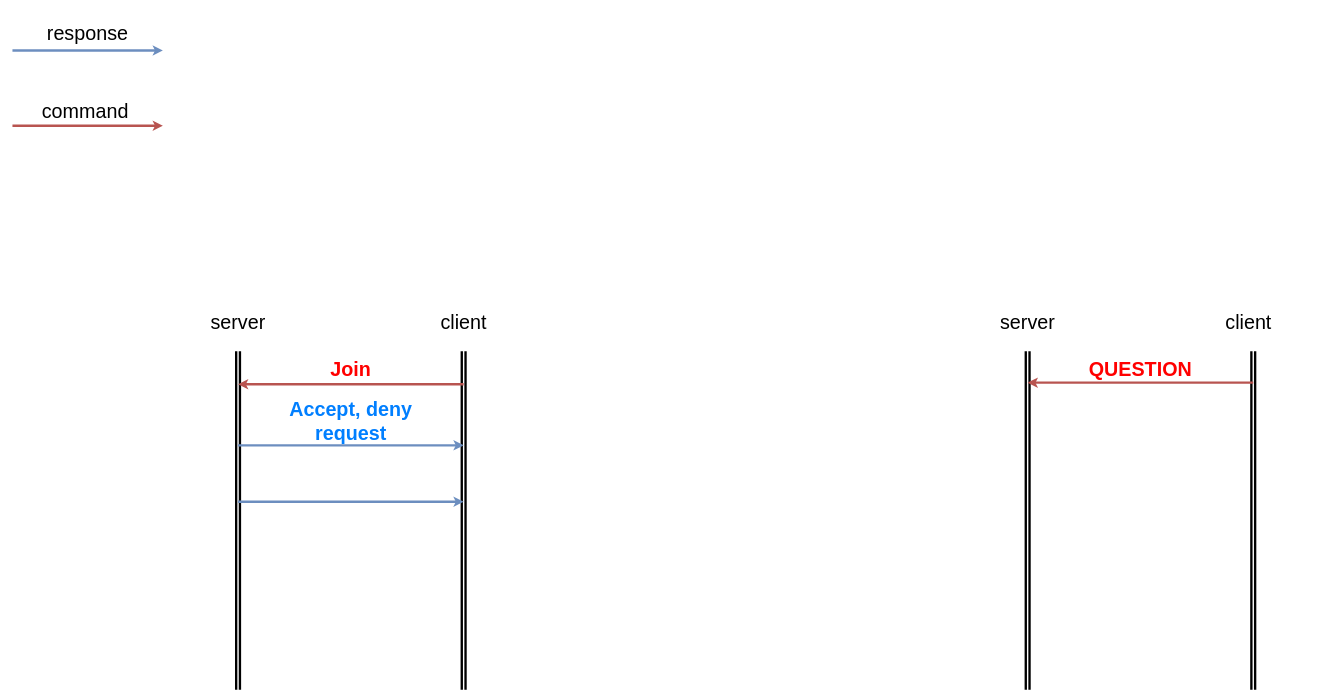
UnixxSH/networked_quiz keeps this draw.io diagram as docs/dgram_protocol.drawio. Above is the earlier version. Source tidied: cells renumbered, new cells numbered last; positions are measured from the earlier drawing's top-left corner, leaving out a move shared by most shapes. Both pictures are drawn from the tidied source at 47%, with x=0, y=0 at pixel (12, 8).
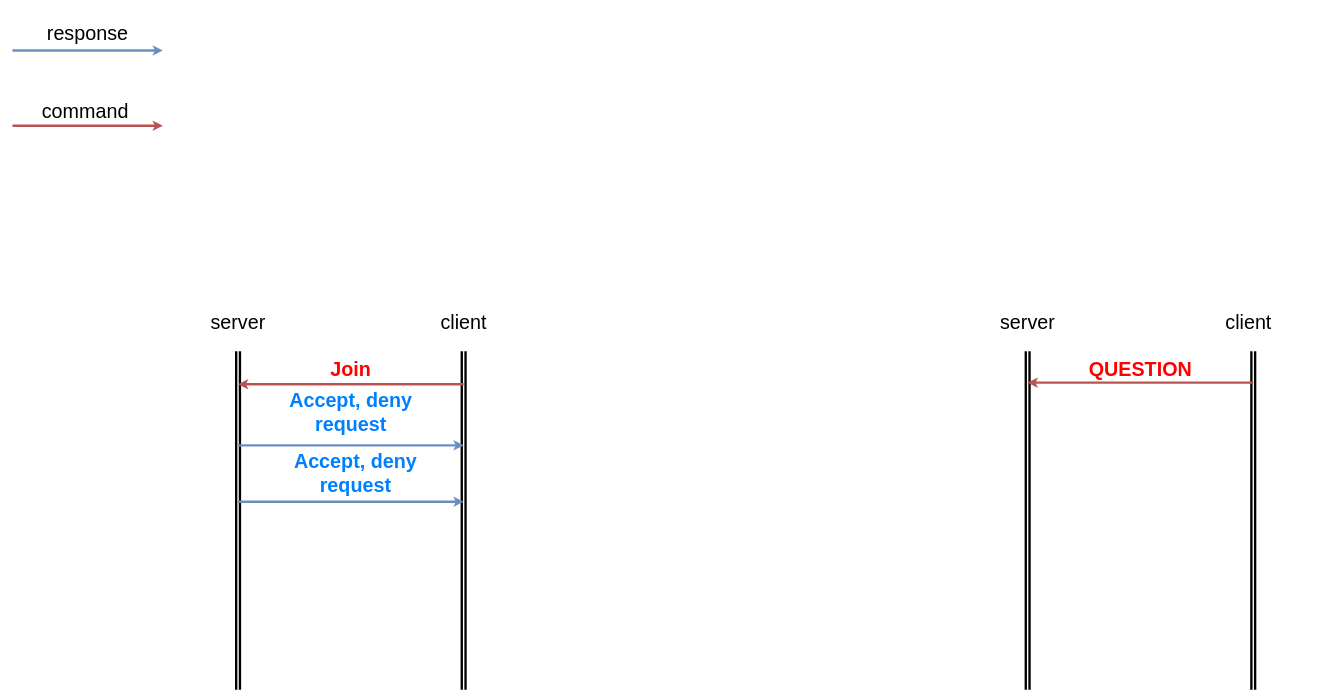
After the change.

What changed in the source:
```diff
@@
     <mxCell id="19" value="&lt;font style=&quot;font-size: 42px&quot;&gt;&lt;b&gt;&lt;font color=&quot;#007fff&quot;&gt;Accept, deny request&lt;/font&gt;&lt;/b&gt;&lt;br&gt;&lt;/font&gt;" style="text;html=1;align=center;verticalAlign=middle;whiteSpace=wrap;rounded=0;" parent="1" vertex="1">
-      <mxGeometry x="560" y="750" width="320" height="260" as="geometry" />
+      <mxGeometry x="560" y="730" width="320" height="260" as="geometry" />
     </mxCell>
@@
+    <mxCell id="21" value="&lt;font style=&quot;font-size: 42px&quot;&gt;&lt;b&gt;&lt;font color=&quot;#007fff&quot;&gt;Accept, deny request&lt;/font&gt;&lt;/b&gt;&lt;br&gt;&lt;/font&gt;" style="text;html=1;align=center;verticalAlign=middle;whiteSpace=wrap;rounded=0;" parent="1" vertex="1">
+      <mxGeometry x="570" y="860" width="320" height="260" as="geometry" />
+    </mxCell>
```
